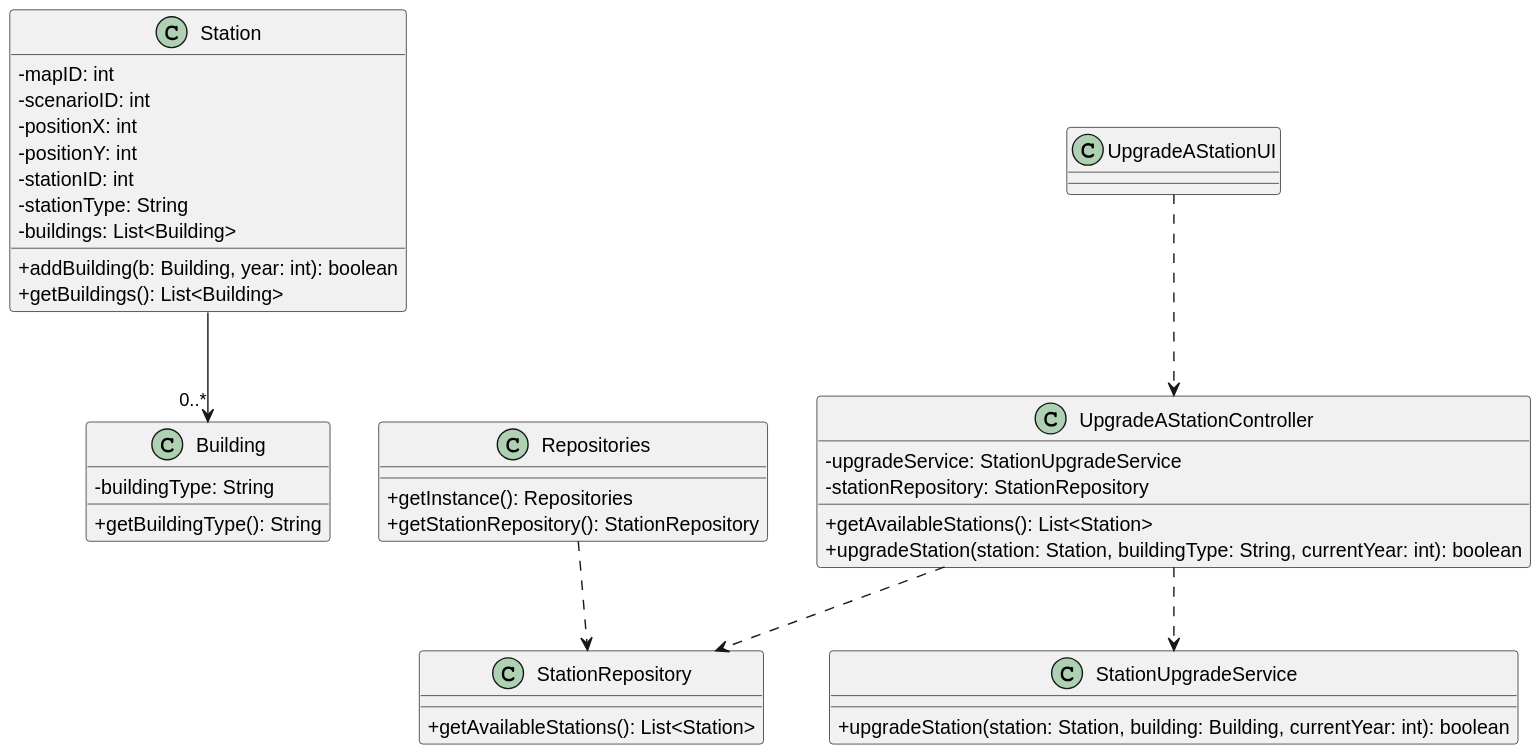
Above: docs/sprint2/us006/03.design/svg/us006-class-diagram.svg in ivasduarte/all-aboard (PlantUML), before the change.
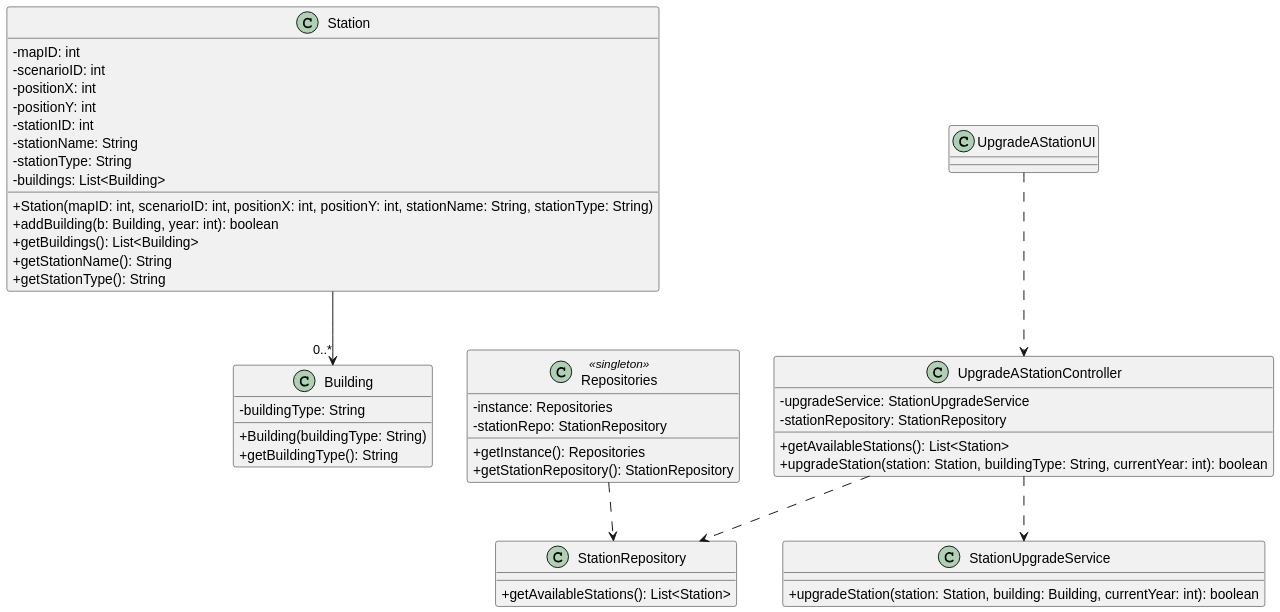
After the change.

Commit message:
US06(docs): Definitive Class Diagram

The edit, as a diff of the source:
```diff
@@ -9,14 +9,19 @@
   - positionX: int
   - positionY: int
   - stationID: int
+  - stationName: String
   - stationType: String
   - buildings: List<Building>
+  + Station(mapID: int, scenarioID: int, positionX: int, positionY: int, stationName: String, stationType: String)
   + addBuilding(b: Building, year: int): boolean
   + getBuildings(): List<Building>
+  + getStationName(): String
+  + getStationType(): String
 }
 
 class Building {
   - buildingType: String
+  + Building(buildingType: String)
   + getBuildingType(): String
 }
 
@@ -33,7 +38,9 @@
   + upgradeStation(station: Station, buildingType: String, currentYear: int): boolean
 }
 
-class Repositories {
+class Repositories <<singleton>> {
+  - instance: Repositories
+  - stationRepo: StationRepository
   + getInstance(): Repositories
   + getStationRepository(): StationRepository
 }
```
